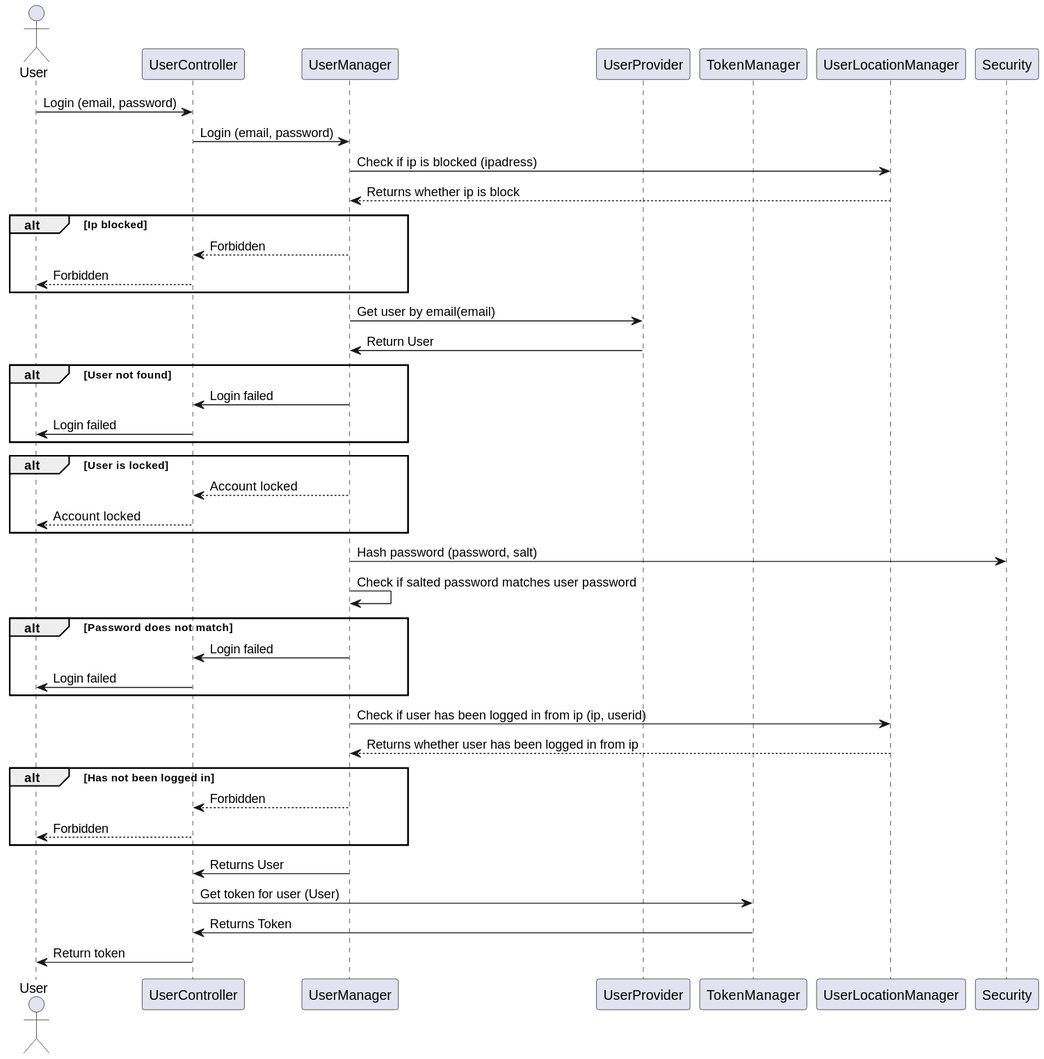
blackout1471/trust-us-school keeps this PlantUML diagram as Docs/out/SDDiagrams/LoginSD/Login SD.svg. Above is the earlier version.
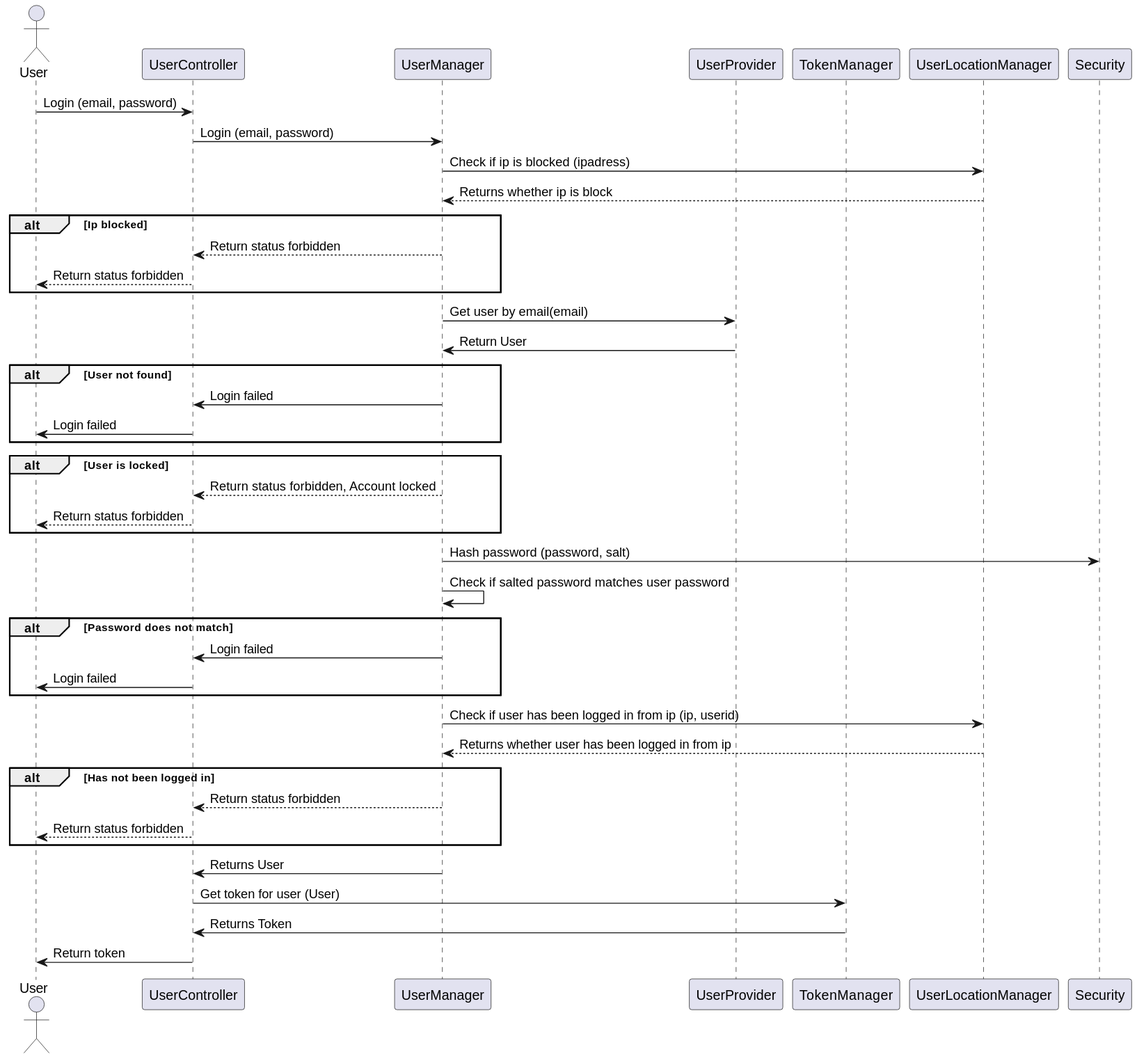
The same diagram one commit later.

The edit, as a diff of the source:
```diff
@@ -14,8 +14,8 @@
 UserLocationManager-->UserManager: Returns whether ip is block
 
 alt Ip blocked
-UserManager-->UserController: Forbidden
-UserController-->User: Forbidden
+UserManager-->UserController: Return status forbidden
+UserController-->User: Return status forbidden
 end
 
 UserManager->UserProvider: Get user by email(email)
@@ -31,8 +31,8 @@
 
 alt User is locked
 
-UserManager-->UserController: Account locked
-UserController-->User: Account locked
+UserManager-->UserController: Return status forbidden, Account locked
+UserController-->User: Return status forbidden
 
 end
 
@@ -52,8 +52,8 @@
 
 alt Has not been logged in
 
-UserManager-->UserController: Forbidden
-UserController-->User: Forbidden
+UserManager-->UserController: Return status forbidden
+UserController-->User: Return status forbidden
 
 end
 
```
